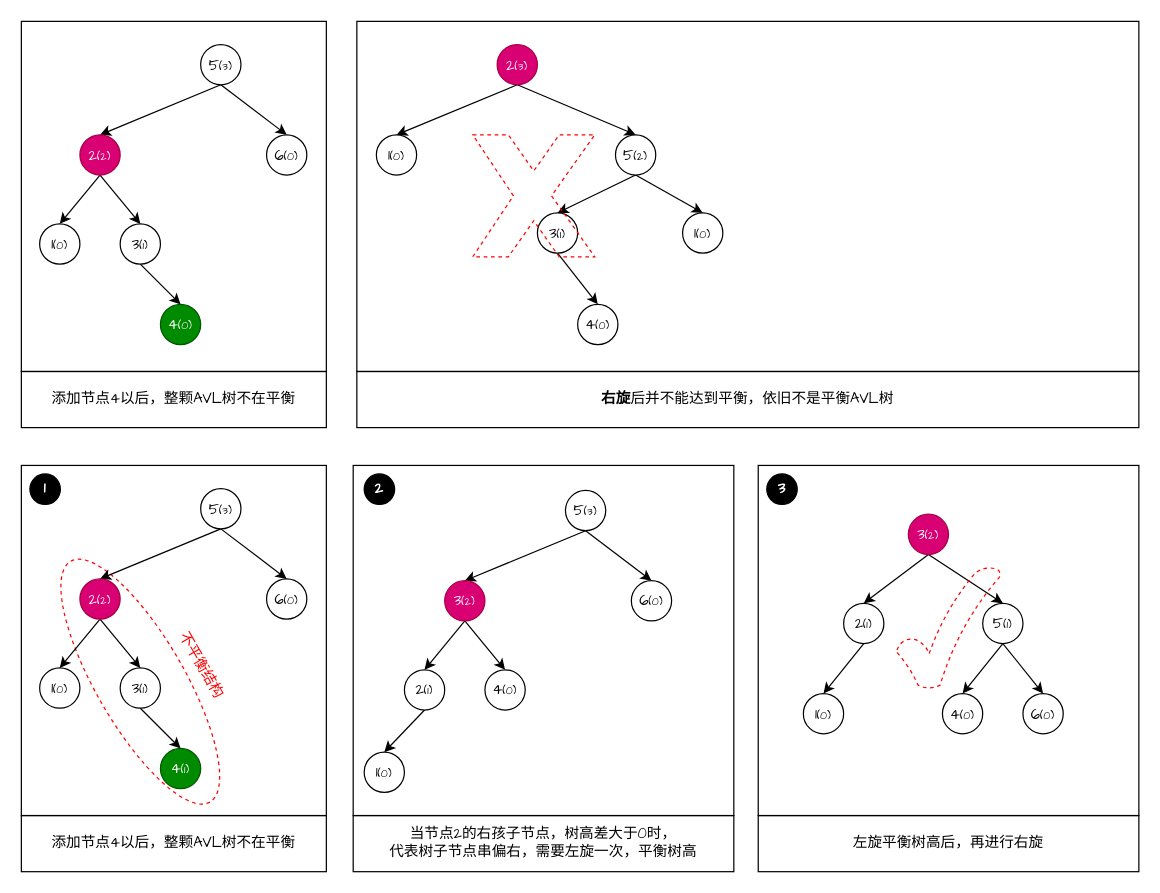
This is page "AVL-03（左右旋）" (3 of 4) of data-structures/src/main/java/tree/draw/tree-avl.drawio from fuzhengwei/java-algorithms, a draw.io file, before an edit. Source tidied: cells renumbered, new cells numbered last; positions are measured from the earlier drawing's top-left corner, leaving out a move shared by most shapes. Both pictures are drawn from the tidied source at 122%, with x=0, y=0 at pixel (1, 21).
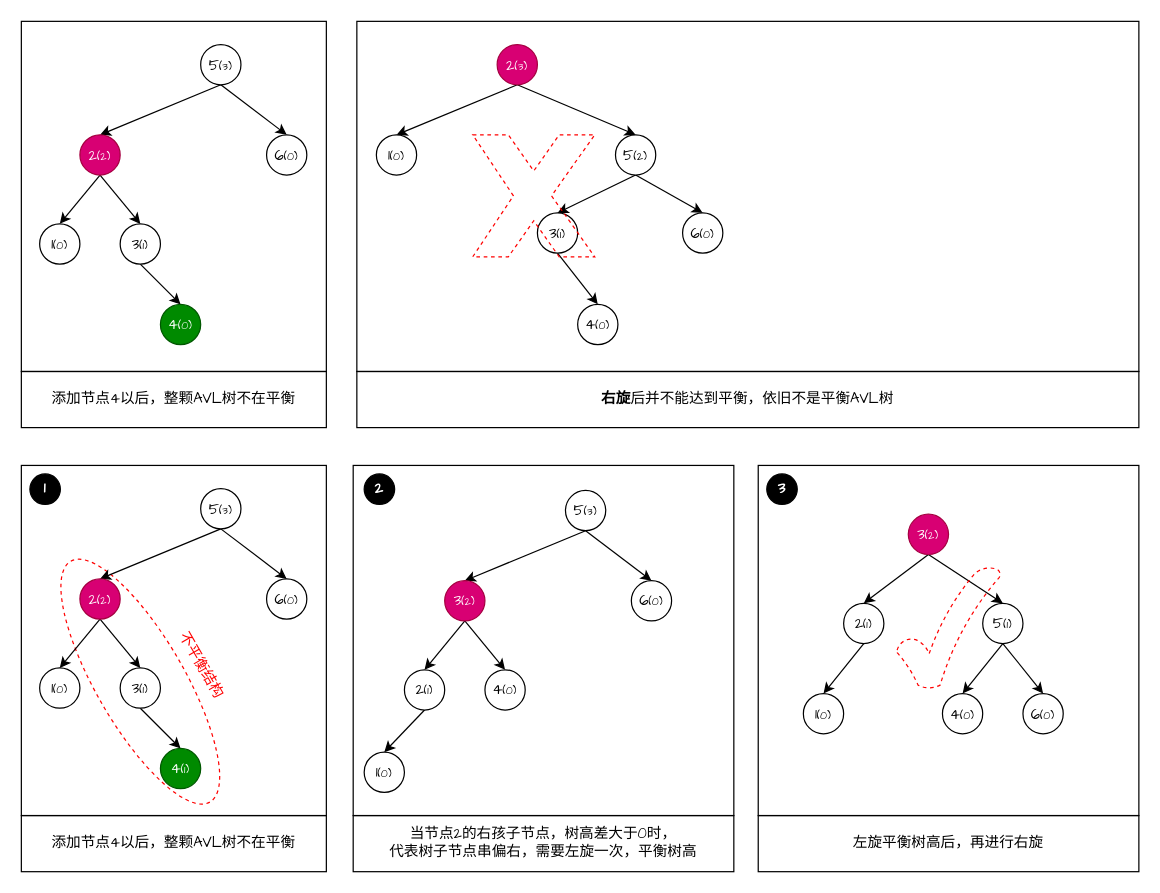
Above is the later version.

Change to the diagram source:
```diff
@@
-    <mxCell id="24" value="&lt;font face=&quot;Comic Sans MS&quot;&gt;&lt;font style=&quot;&quot;&gt;1&lt;/font&gt;&lt;font style=&quot;font-size: 9px;&quot;&gt;(0)&lt;/font&gt;&lt;/font&gt;" style="ellipse;whiteSpace=wrap;html=1;" parent="1" vertex="1">
+    <mxCell id="24" value="&lt;font face=&quot;Comic Sans MS&quot;&gt;&lt;font style=&quot;&quot;&gt;6&lt;/font&gt;&lt;font style=&quot;font-size: 9px;&quot;&gt;(0)&lt;/font&gt;&lt;/font&gt;" style="ellipse;whiteSpace=wrap;html=1;" parent="1" vertex="1">
       <mxGeometry x="558" y="157" width="33" height="33" as="geometry" />
     </mxCell>
```
